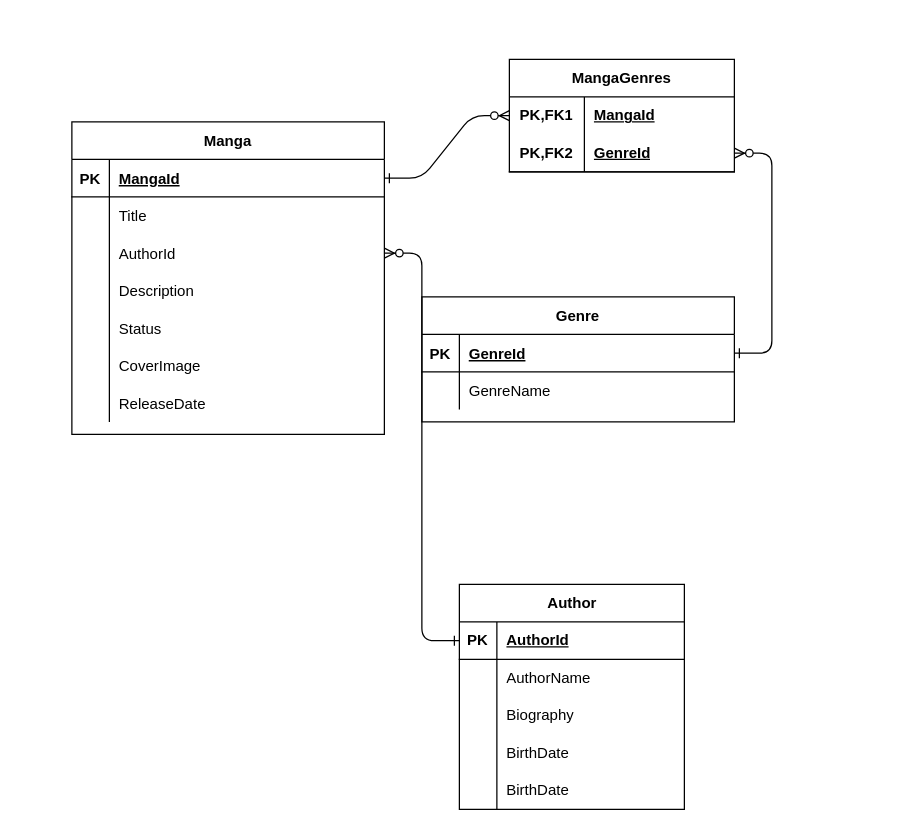
Before: ERD.drawio in hoainam3152/MangaWeb, a draw.io diagram. Source tidied: cells renumbered, new cells numbered last; positions are measured from the earlier drawing's top-left corner, leaving out a move shared by most shapes. Both pictures are drawn from the tidied source at 125%, with x=0, y=0 at pixel (71, 59).
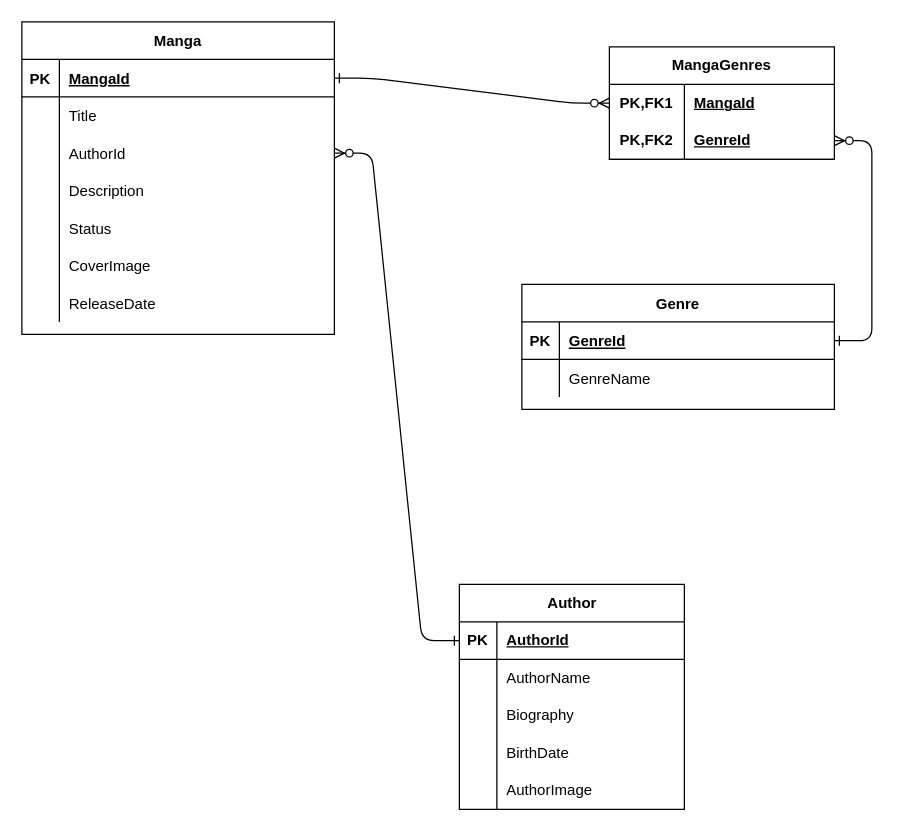
The same diagram, later.

Unchanged cells that the change refers to:
```xml
<mxCell id="53" style="shape=tableRow;horizontal=0;startSize=0;swimlaneHead=0;swimlaneBody=0;fillColor=none;top=0;left=0;right=0;bottom=0;" parent="40" vertex="1">
  <mxGeometry y="150" width="180" height="30" as="geometry" />
</mxCell>
```

What changed in the source:
```diff
@@
     <mxCell id="3" value="Genre" style="shape=table;startSize=30;childLayout=tableLayout;rowLines=0;fontStyle=1;align=center;" parent="1" vertex="1">
-      <mxGeometry x="280" y="190" width="250" height="100" as="geometry" />
+      <mxGeometry x="360" y="180" width="250" height="100" as="geometry" />
     </mxCell>
@@
     <mxCell id="10" value="Manga" style="shape=table;startSize=30;childLayout=tableLayout;rowLines=0;fontStyle=1;align=center;" parent="1" vertex="1">
-      <mxGeometry y="50" width="250" height="250" as="geometry" />
+      <mxGeometry x="-40" y="-30" width="250" height="250" as="geometry" />
     </mxCell>
@@
     <mxCell id="32" value="MangaGenres" style="shape=table;startSize=30;childLayout=tableLayout;rowLines=0;fontStyle=1;align=center;html=1;whiteSpace=wrap;" parent="1" vertex="1">
-      <mxGeometry x="350" width="180" height="90" as="geometry" />
+      <mxGeometry x="430" y="-10" width="180" height="90" as="geometry" />
     </mxCell>
@@
-    <mxCell id="55" value="BirthDate" style="shape=partialRectangle;fillColor=none;top=0;left=0;bottom=0;right=0;align=left;spacingLeft=6;overflow=hidden;whiteSpace=wrap;html=1;" parent="53" vertex="1">
+    <mxCell id="55" value="AuthorImage" style="shape=partialRectangle;fillColor=none;top=0;left=0;bottom=0;right=0;align=left;spacingLeft=6;overflow=hidden;whiteSpace=wrap;html=1;" parent="53" vertex="1">
       <mxGeometry x="30" width="150" height="30" as="geometry" />
     </mxCell>
```
